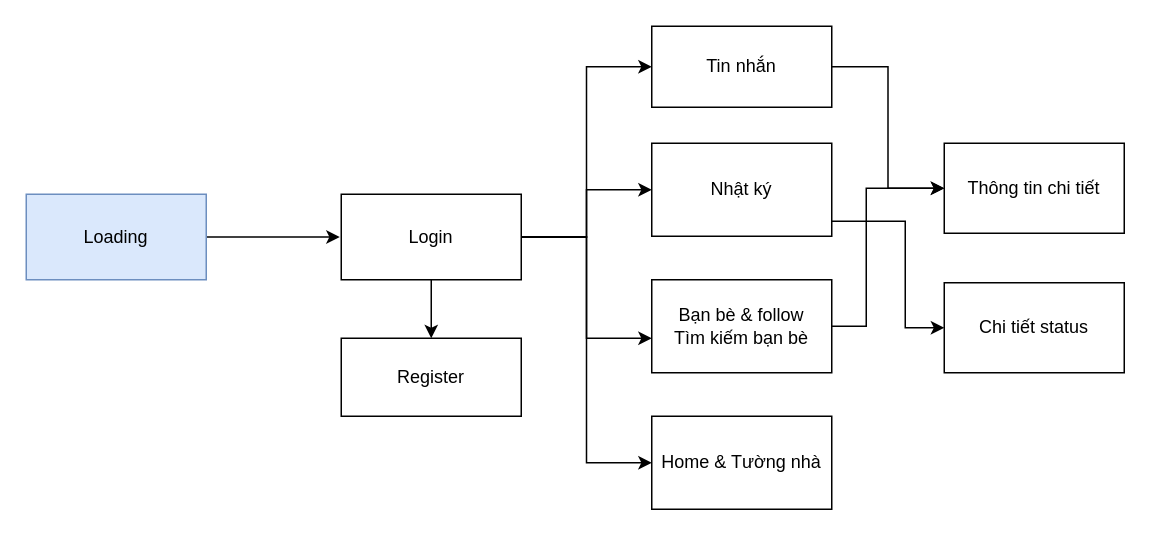
This is Design/Screen Diagram.drawio from hoanganhgo/ZiZo, a draw.io file, before an edit. Source tidied: cells renumbered, new cells numbered last; positions are measured from the earlier drawing's top-left corner, leaving out a move shared by most shapes. Both pictures are drawn from the tidied source at 150%, with x=0, y=0 at pixel (26, 26).
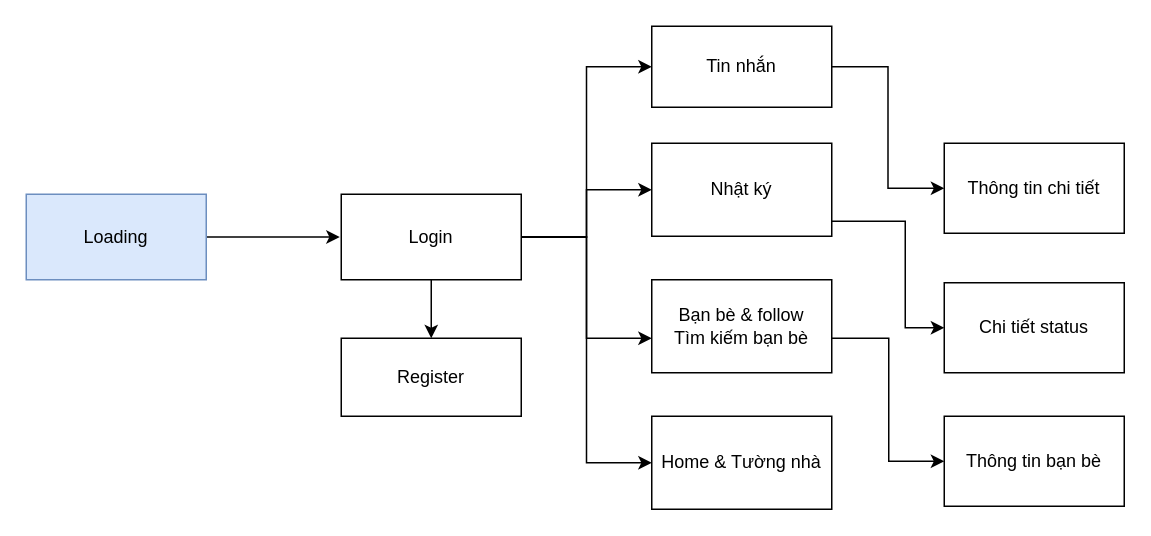
The same diagram, later.

The change refers to these unchanged cells:
```xml
<mxCell id="16" value="Bạn bè &amp;amp; follow&lt;br&gt;Tìm kiếm bạn bè" style="rounded=0;whiteSpace=wrap;html=1;" parent="1" vertex="1">
  <mxGeometry x="417" y="169" width="120" height="62" as="geometry" />
</mxCell>
<mxCell id="18" value="Thông tin chi tiết" style="rounded=0;whiteSpace=wrap;html=1;" parent="1" vertex="1">
  <mxGeometry x="612" y="78" width="120" height="60" as="geometry" />
</mxCell>
```

Change to the diagram source:
```diff
@@
-    <mxCell id="15" style="edgeStyle=orthogonalEdgeStyle;rounded=0;jettySize=auto;html=1;entryX=0;entryY=0.5;entryDx=0;entryDy=0;" parent="1" edge="1" source="16" target="18">
-      <mxGeometry relative="1" as="geometry">
-        <Array as="points">
-          <mxPoint x="560" y="200" />
-          <mxPoint x="560" y="108" />
-        </Array>
-      </mxGeometry>
-    </mxCell>
+    <mxCell id="20" style="edgeStyle=orthogonalEdgeStyle;rounded=0;jettySize=auto;html=1;entryX=0;entryY=0.5;entryDx=0;entryDy=0;" parent="1" edge="1" source="16" target="21">
+      <mxGeometry relative="1" as="geometry">
+        <Array as="points">
+          <mxPoint x="575" y="208" />
+          <mxPoint x="575" y="290" />
+        </Array>
+      </mxGeometry>
+    </mxCell>
@@
+    <mxCell id="21" value="Thông tin bạn bè" style="rounded=0;whiteSpace=wrap;html=1;" parent="1" vertex="1">
+      <mxGeometry x="612" y="260" width="120" height="60" as="geometry" />
+    </mxCell>
```
